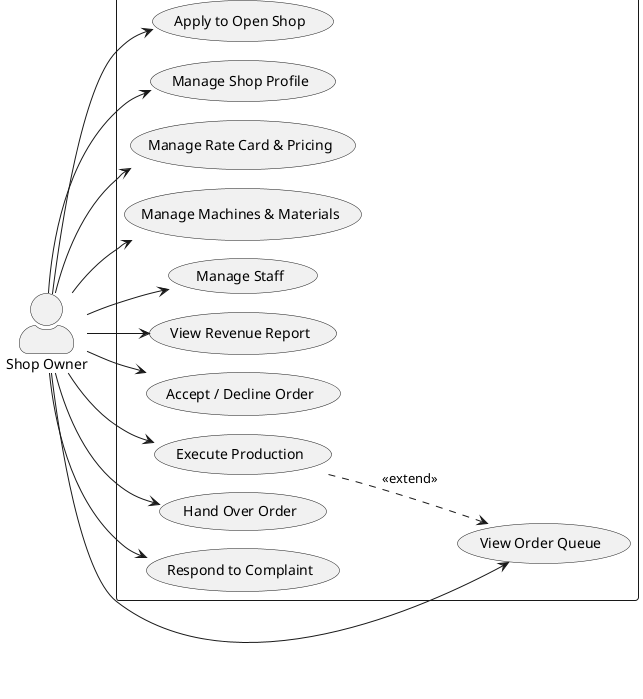
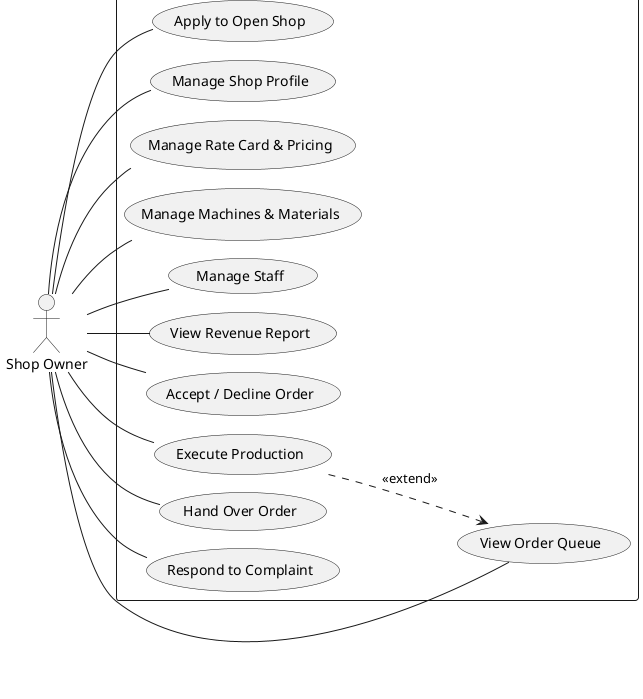
' Use case diagram — Shop Owner (PlantUML, Smetana).
+ ' Actor = stick figure; actor–use case = plain solid line (no arrowhead).
@startuml
!pragma layout smetana
left to right direction
- skinparam packageStyle rectangle
- skinparam actorStyle awesome

actor "Shop Owner" as O

rectangle PrintHub {
  usecase "Apply to Open Shop" as UC25
  usecase "Manage Shop Profile" as UC26
  usecase "Manage Rate Card & Pricing" as UC27
  usecase "Manage Machines & Materials" as UC28
  usecase "Manage Staff" as UC29
  usecase "View Revenue Report" as UC30
  usecase "View Order Queue" as UC31
  usecase "Accept / Decline Order" as UC32
  usecase "Execute Production" as UC33
  usecase "Hand Over Order" as UC34
  usecase "Respond to Complaint" as UC35
}

- O --> UC25
- O --> UC26
- O --> UC27
- O --> UC28
- O --> UC29
- O --> UC30
- O --> UC31
- O --> UC32
- O --> UC33
- O --> UC34
- O --> UC35
+ O -- UC25
+ O -- UC26
+ O -- UC27
+ O -- UC28
+ O -- UC29
+ O -- UC30
+ O -- UC31
+ O -- UC32
+ O -- UC33
+ O -- UC34
+ O -- UC35

UC33 ..> UC31 : <<extend>>
@enduml
